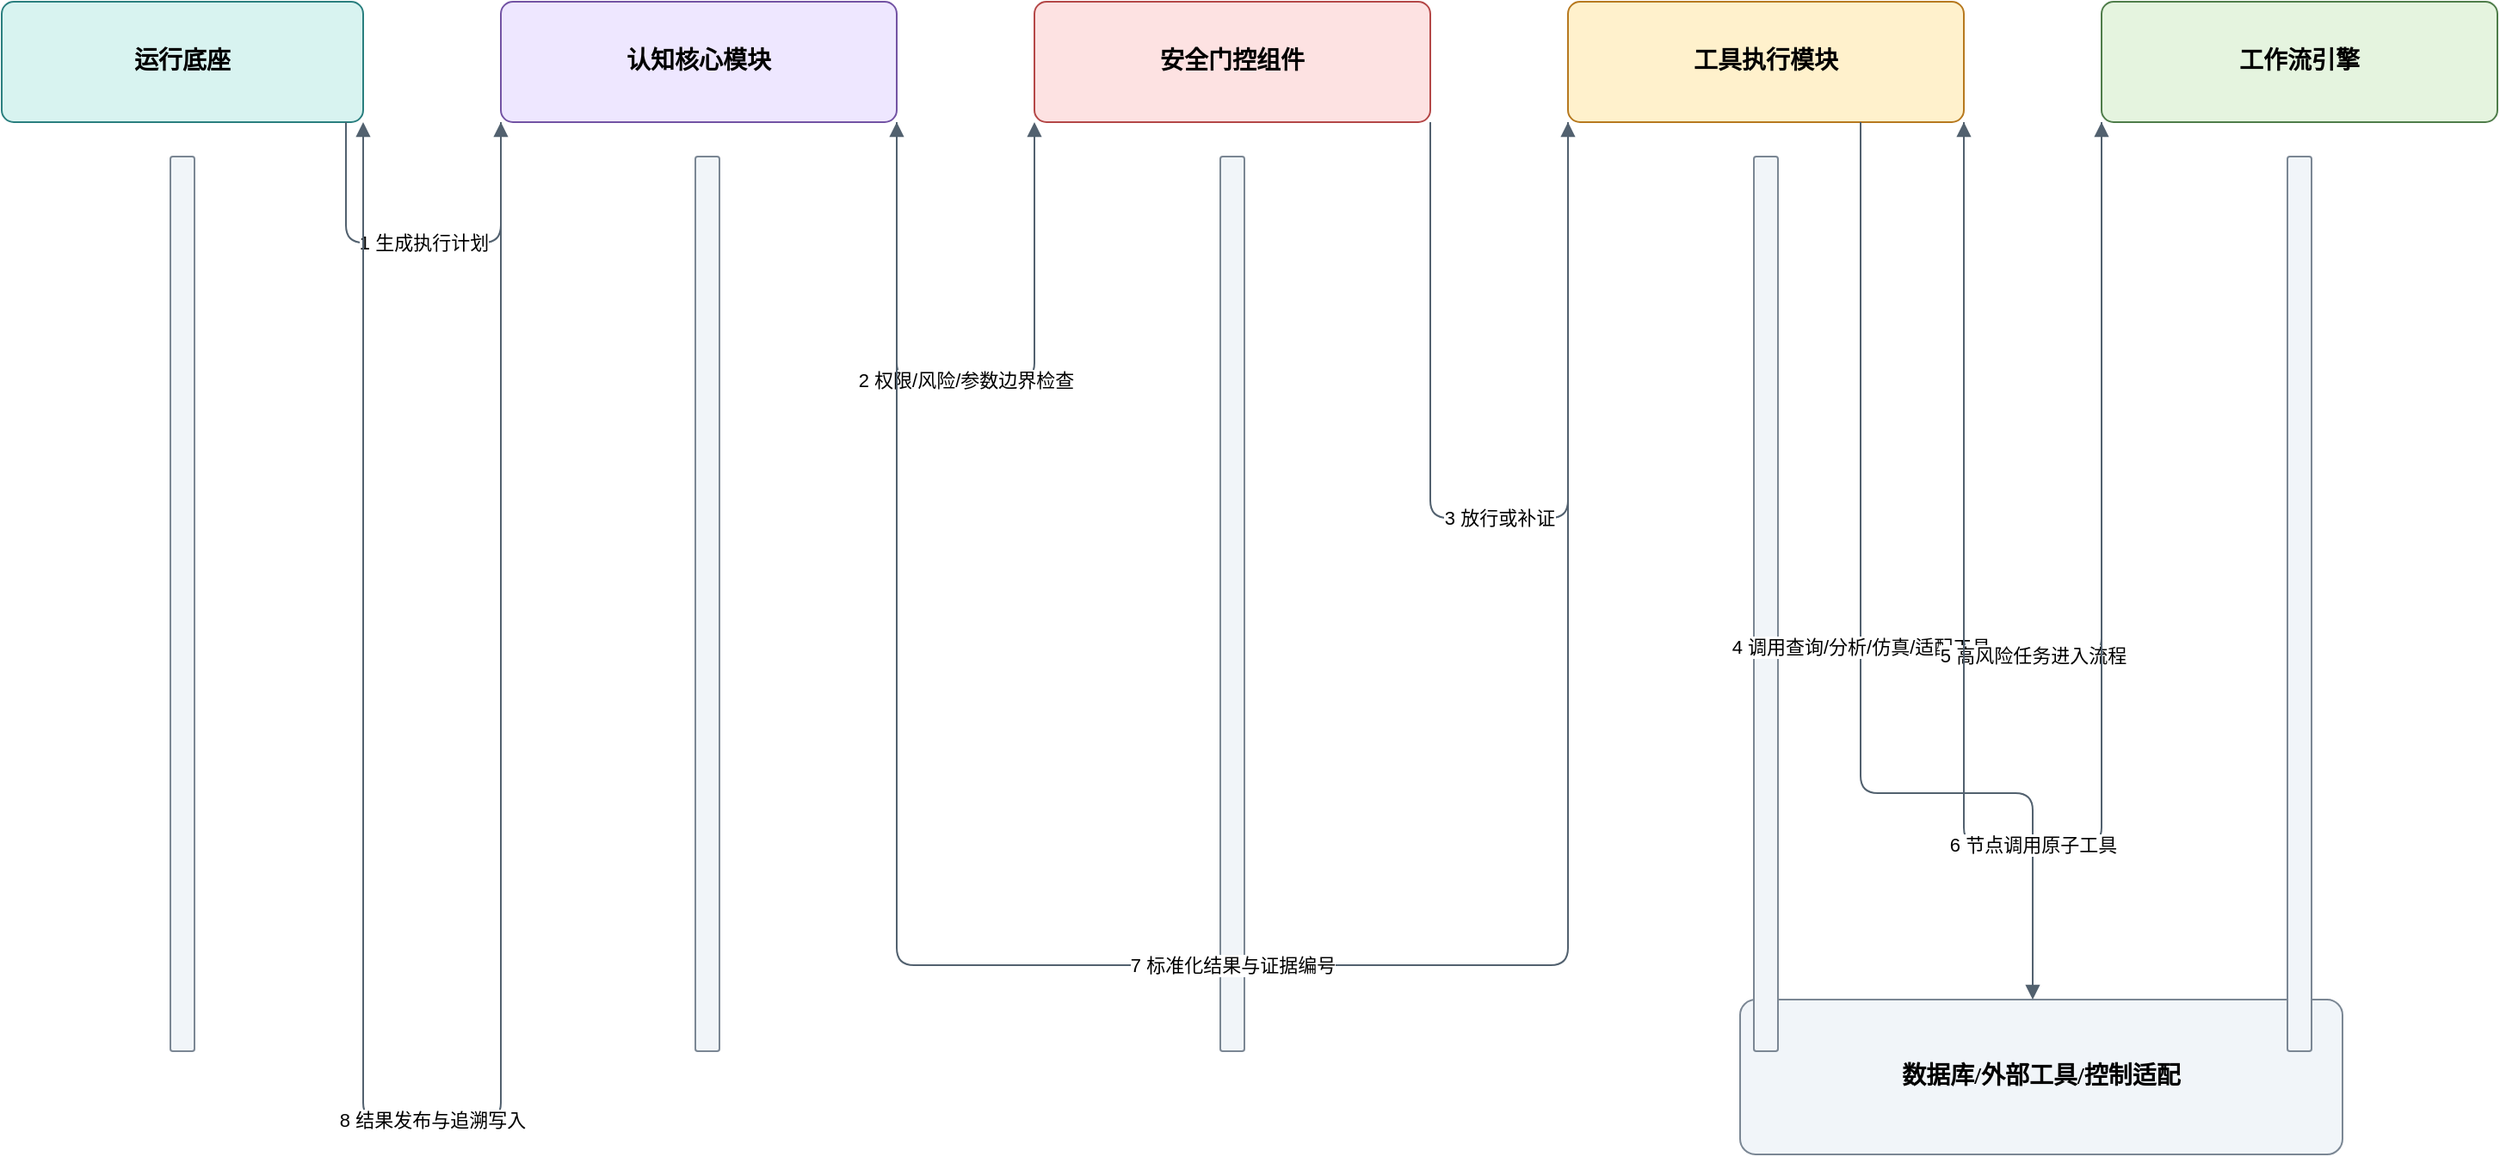
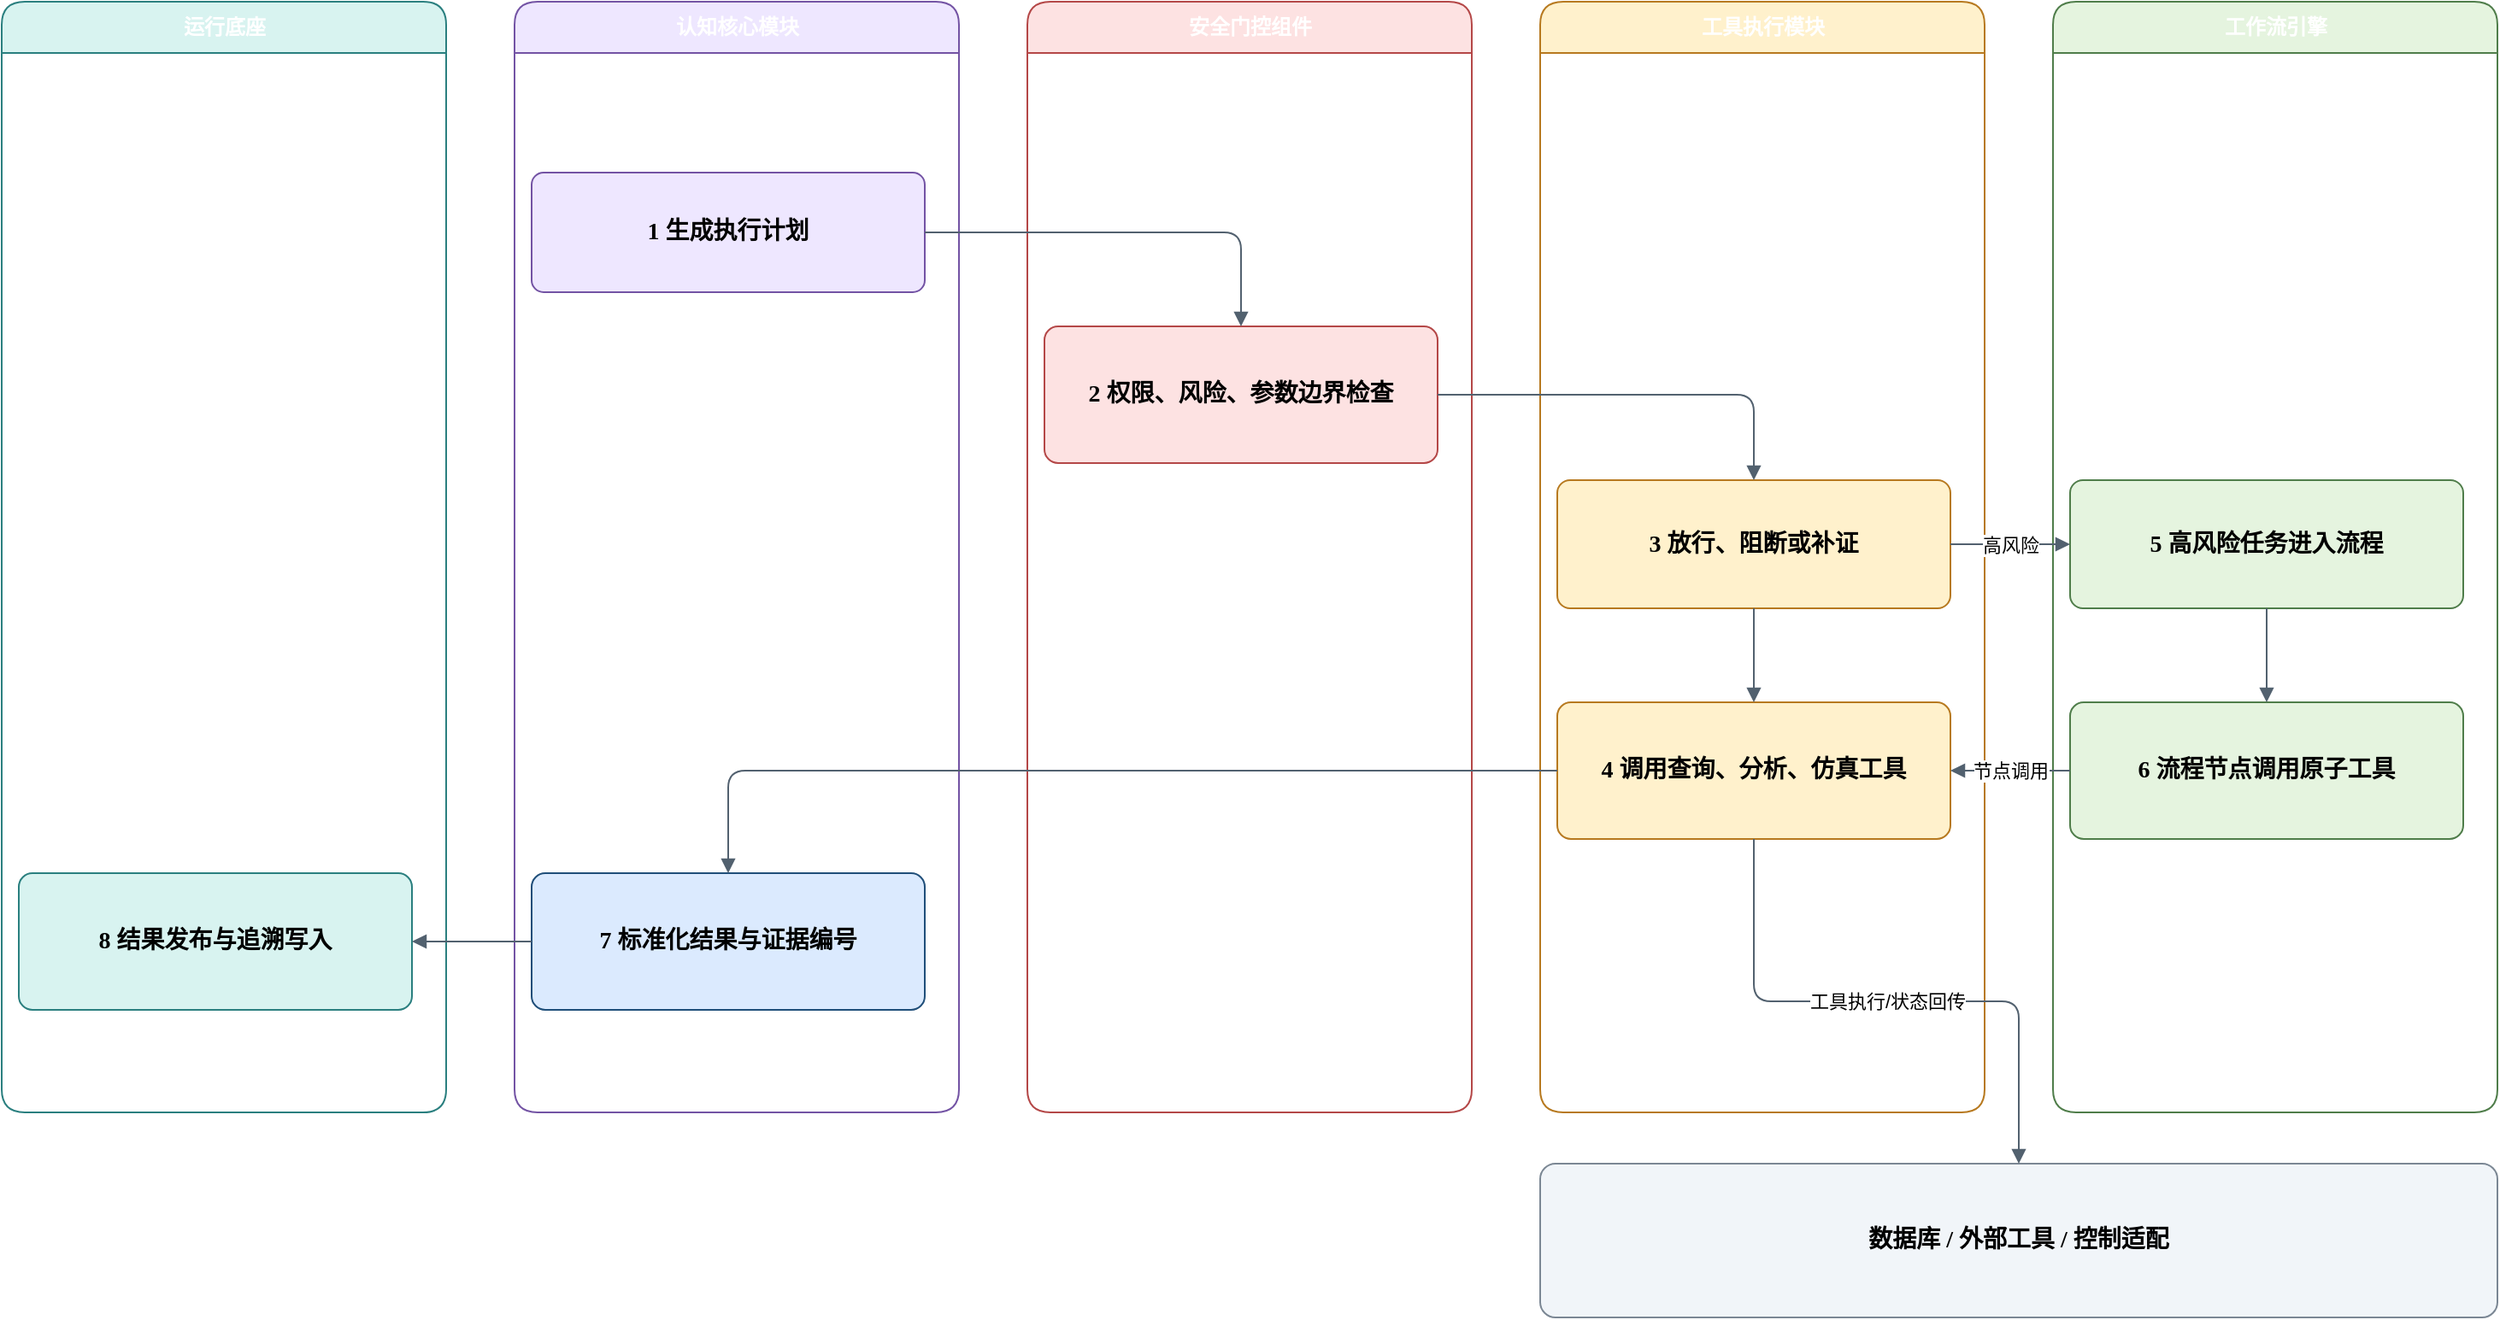
<?xml version="1.0" encoding="UTF-8"?>
<mxfile host="drawio" version="26.0.0">
  <diagram name="图4.3.3.2-6 工具执行模块时序图">
    <mxGraphModel dx="1600" dy="900" grid="1" gridSize="10" guides="1" tooltips="1" connect="1" arrows="1" fold="1" page="1" pageScale="1" pageWidth="1750" pageHeight="980" math="0" shadow="0">
      <root>
        <mxCell id="0" />
        <mxCell id="1" parent="0" />
-         <mxCell id="s1" value="运行底座" style="rounded=1;arcSize=10;whiteSpace=wrap;html=1;fontFamily=Noto Sans SC;fontSize=14;fillColor=#d8f3f0;strokeColor=#2a7f7f;fontStyle=1;" vertex="1" parent="1"><mxGeometry x="100" y="140" width="210" height="70" as="geometry" /></mxCell>
-         <mxCell id="s2" value="认知核心模块" style="rounded=1;arcSize=10;whiteSpace=wrap;html=1;fontFamily=Noto Sans SC;fontSize=14;fillColor=#eee7ff;strokeColor=#7353a4;fontStyle=1;" vertex="1" parent="1"><mxGeometry x="390" y="140" width="230" height="70" as="geometry" /></mxCell>
-         <mxCell id="s3" value="安全门控组件" style="rounded=1;arcSize=10;whiteSpace=wrap;html=1;fontFamily=Noto Sans SC;fontSize=14;fillColor=#fde2e2;strokeColor=#b44747;fontStyle=1;" vertex="1" parent="1"><mxGeometry x="700" y="140" width="230" height="70" as="geometry" /></mxCell>
-         <mxCell id="s4" value="工具执行模块" style="rounded=1;arcSize=10;whiteSpace=wrap;html=1;fontFamily=Noto Sans SC;fontSize=14;fillColor=#fff1cc;strokeColor=#b7791f;fontStyle=1;" vertex="1" parent="1"><mxGeometry x="1010" y="140" width="230" height="70" as="geometry" /></mxCell>
-         <mxCell id="s5" value="工作流引擎" style="rounded=1;arcSize=10;whiteSpace=wrap;html=1;fontFamily=Noto Sans SC;fontSize=14;fillColor=#e5f4df;strokeColor=#4f7d4a;fontStyle=1;" vertex="1" parent="1"><mxGeometry x="1320" y="140" width="230" height="70" as="geometry" /></mxCell>
-         <mxCell id="s6" value="数据库/外部工具/控制适配" style="rounded=1;arcSize=10;whiteSpace=wrap;html=1;fontFamily=Noto Sans SC;fontSize=14;fillColor=#f1f5f9;strokeColor=#7b8794;fontStyle=1;" vertex="1" parent="1"><mxGeometry x="1110" y="720" width="350" height="90" as="geometry" /></mxCell>
-         <mxCell id="l1" value="" style="rounded=1;arcSize=10;whiteSpace=wrap;html=1;fontFamily=Noto Sans SC;fontSize=14;fillColor=#f1f5f9;strokeColor=#7b8794;fontStyle=0;" vertex="1" parent="1"><mxGeometry x="198" y="230" width="14" height="520" as="geometry" /></mxCell>
-         <mxCell id="l2" value="" style="rounded=1;arcSize=10;whiteSpace=wrap;html=1;fontFamily=Noto Sans SC;fontSize=14;fillColor=#f1f5f9;strokeColor=#7b8794;fontStyle=0;" vertex="1" parent="1"><mxGeometry x="503" y="230" width="14" height="520" as="geometry" /></mxCell>
-         <mxCell id="l3" value="" style="rounded=1;arcSize=10;whiteSpace=wrap;html=1;fontFamily=Noto Sans SC;fontSize=14;fillColor=#f1f5f9;strokeColor=#7b8794;fontStyle=0;" vertex="1" parent="1"><mxGeometry x="808" y="230" width="14" height="520" as="geometry" /></mxCell>
-         <mxCell id="l4" value="" style="rounded=1;arcSize=10;whiteSpace=wrap;html=1;fontFamily=Noto Sans SC;fontSize=14;fillColor=#f1f5f9;strokeColor=#7b8794;fontStyle=0;" vertex="1" parent="1"><mxGeometry x="1118" y="230" width="14" height="520" as="geometry" /></mxCell>
-         <mxCell id="l5" value="" style="rounded=1;arcSize=10;whiteSpace=wrap;html=1;fontFamily=Noto Sans SC;fontSize=14;fillColor=#f1f5f9;strokeColor=#7b8794;fontStyle=0;" vertex="1" parent="1"><mxGeometry x="1428" y="230" width="14" height="520" as="geometry" /></mxCell>
-         <mxCell id="1000" value="1 生成执行计划" style="edgeStyle=orthogonalEdgeStyle;rounded=1;orthogonalLoop=1;jettySize=auto;html=1;strokeColor=#52616f;endArrow=block;" edge="1" parent="1" source="s1" target="s2"><mxGeometry relative="1" as="geometry"><Array as="points"><mxPoint x="300" y="280" /><mxPoint x="390" y="280" /></Array></mxGeometry></mxCell>
-         <mxCell id="1001" value="2 权限/风险/参数边界检查" style="edgeStyle=orthogonalEdgeStyle;rounded=1;orthogonalLoop=1;jettySize=auto;html=1;strokeColor=#52616f;endArrow=block;" edge="1" parent="1" source="s2" target="s3"><mxGeometry relative="1" as="geometry"><Array as="points"><mxPoint x="620" y="360" /><mxPoint x="700" y="360" /></Array></mxGeometry></mxCell>
-         <mxCell id="1002" value="3 放行或补证" style="edgeStyle=orthogonalEdgeStyle;rounded=1;orthogonalLoop=1;jettySize=auto;html=1;strokeColor=#52616f;endArrow=block;" edge="1" parent="1" source="s3" target="s4"><mxGeometry relative="1" as="geometry"><Array as="points"><mxPoint x="930" y="440" /><mxPoint x="1010" y="440" /></Array></mxGeometry></mxCell>
-         <mxCell id="1003" value="4 调用查询/分析/仿真/适配工具" style="edgeStyle=orthogonalEdgeStyle;rounded=1;orthogonalLoop=1;jettySize=auto;html=1;strokeColor=#52616f;endArrow=block;" edge="1" parent="1" source="s4" target="s6"><mxGeometry relative="1" as="geometry"><Array as="points"><mxPoint x="1180" y="600" /><mxPoint x="1280" y="720" /></Array></mxGeometry></mxCell>
-         <mxCell id="1004" value="5 高风险任务进入流程" style="edgeStyle=orthogonalEdgeStyle;rounded=1;orthogonalLoop=1;jettySize=auto;html=1;strokeColor=#52616f;endArrow=block;" edge="1" parent="1" source="s4" target="s5"><mxGeometry relative="1" as="geometry"><Array as="points"><mxPoint x="1240" y="520" /><mxPoint x="1320" y="520" /></Array></mxGeometry></mxCell>
-         <mxCell id="1005" value="6 节点调用原子工具" style="edgeStyle=orthogonalEdgeStyle;rounded=1;orthogonalLoop=1;jettySize=auto;html=1;strokeColor=#52616f;endArrow=block;" edge="1" parent="1" source="s5" target="s4"><mxGeometry relative="1" as="geometry"><Array as="points"><mxPoint x="1320" y="630" /><mxPoint x="1240" y="630" /></Array></mxGeometry></mxCell>
-         <mxCell id="1006" value="7 标准化结果与证据编号" style="edgeStyle=orthogonalEdgeStyle;rounded=1;orthogonalLoop=1;jettySize=auto;html=1;strokeColor=#52616f;endArrow=block;" edge="1" parent="1" source="s4" target="s2"><mxGeometry relative="1" as="geometry"><Array as="points"><mxPoint x="1010" y="700" /><mxPoint x="620" y="700" /></Array></mxGeometry></mxCell>
-         <mxCell id="1007" value="8 结果发布与追溯写入" style="edgeStyle=orthogonalEdgeStyle;rounded=1;orthogonalLoop=1;jettySize=auto;html=1;strokeColor=#52616f;endArrow=block;" edge="1" parent="1" source="s2" target="s1"><mxGeometry relative="1" as="geometry"><Array as="points"><mxPoint x="390" y="790" /><mxPoint x="310" y="790" /></Array></mxGeometry></mxCell>
+         <mxCell id="s1" value="运行底座" style="swimlane;startSize=30;rounded=1;html=1;fillColor=#d8f3f0;strokeColor=#2a7f7f;fontColor=#ffffff;fontStyle=1;" vertex="1" parent="1"><mxGeometry x="80" y="150" width="260" height="650" as="geometry" /></mxCell>
+         <mxCell id="s2" value="认知核心模块" style="swimlane;startSize=30;rounded=1;html=1;fillColor=#eee7ff;strokeColor=#7353a4;fontColor=#ffffff;fontStyle=1;" vertex="1" parent="1"><mxGeometry x="380" y="150" width="260" height="650" as="geometry" /></mxCell>
+         <mxCell id="s3" value="安全门控组件" style="swimlane;startSize=30;rounded=1;html=1;fillColor=#fde2e2;strokeColor=#b44747;fontColor=#ffffff;fontStyle=1;" vertex="1" parent="1"><mxGeometry x="680" y="150" width="260" height="650" as="geometry" /></mxCell>
+         <mxCell id="s4" value="工具执行模块" style="swimlane;startSize=30;rounded=1;html=1;fillColor=#fff1cc;strokeColor=#b7791f;fontColor=#ffffff;fontStyle=1;" vertex="1" parent="1"><mxGeometry x="980" y="150" width="260" height="650" as="geometry" /></mxCell>
+         <mxCell id="s5" value="工作流引擎" style="swimlane;startSize=30;rounded=1;html=1;fillColor=#e5f4df;strokeColor=#4f7d4a;fontColor=#ffffff;fontStyle=1;" vertex="1" parent="1"><mxGeometry x="1280" y="150" width="260" height="650" as="geometry" /></mxCell>
+         <mxCell id="s6" value="数据库 / 外部工具 / 控制适配" style="rounded=1;arcSize=10;whiteSpace=wrap;html=1;fontFamily=Noto Sans SC;fontSize=14;fillColor=#f1f5f9;strokeColor=#7b8794;fontStyle=1;" vertex="1" parent="1"><mxGeometry x="980" y="830" width="560" height="90" as="geometry" /></mxCell>
+         <mxCell id="t1" value="1 生成执行计划" style="rounded=1;arcSize=10;whiteSpace=wrap;html=1;fontFamily=Noto Sans SC;fontSize=14;fillColor=#eee7ff;strokeColor=#7353a4;fontStyle=1;" vertex="1" parent="1"><mxGeometry x="390" y="250" width="230" height="70" as="geometry" /></mxCell>
+         <mxCell id="t2" value="2 权限、风险、参数边界检查" style="rounded=1;arcSize=10;whiteSpace=wrap;html=1;fontFamily=Noto Sans SC;fontSize=14;fillColor=#fde2e2;strokeColor=#b44747;fontStyle=1;" vertex="1" parent="1"><mxGeometry x="690" y="340" width="230" height="80" as="geometry" /></mxCell>
+         <mxCell id="t3" value="3 放行、阻断或补证" style="rounded=1;arcSize=10;whiteSpace=wrap;html=1;fontFamily=Noto Sans SC;fontSize=14;fillColor=#fff1cc;strokeColor=#b7791f;fontStyle=1;" vertex="1" parent="1"><mxGeometry x="990" y="430" width="230" height="75" as="geometry" /></mxCell>
+         <mxCell id="t4" value="4 调用查询、分析、仿真工具" style="rounded=1;arcSize=10;whiteSpace=wrap;html=1;fontFamily=Noto Sans SC;fontSize=14;fillColor=#fff1cc;strokeColor=#b7791f;fontStyle=1;" vertex="1" parent="1"><mxGeometry x="990" y="560" width="230" height="80" as="geometry" /></mxCell>
+         <mxCell id="t5" value="5 高风险任务进入流程" style="rounded=1;arcSize=10;whiteSpace=wrap;html=1;fontFamily=Noto Sans SC;fontSize=14;fillColor=#e5f4df;strokeColor=#4f7d4a;fontStyle=1;" vertex="1" parent="1"><mxGeometry x="1290" y="430" width="230" height="75" as="geometry" /></mxCell>
+         <mxCell id="t6" value="6 流程节点调用原子工具" style="rounded=1;arcSize=10;whiteSpace=wrap;html=1;fontFamily=Noto Sans SC;fontSize=14;fillColor=#e5f4df;strokeColor=#4f7d4a;fontStyle=1;" vertex="1" parent="1"><mxGeometry x="1290" y="560" width="230" height="80" as="geometry" /></mxCell>
+         <mxCell id="t7" value="7 标准化结果与证据编号" style="rounded=1;arcSize=10;whiteSpace=wrap;html=1;fontFamily=Noto Sans SC;fontSize=14;fillColor=#dbeafe;strokeColor=#1f4e79;fontStyle=1;" vertex="1" parent="1"><mxGeometry x="390" y="660" width="230" height="80" as="geometry" /></mxCell>
+         <mxCell id="t8" value="8 结果发布与追溯写入" style="rounded=1;arcSize=10;whiteSpace=wrap;html=1;fontFamily=Noto Sans SC;fontSize=14;fillColor=#d8f3f0;strokeColor=#2a7f7f;fontStyle=1;" vertex="1" parent="1"><mxGeometry x="90" y="660" width="230" height="80" as="geometry" /></mxCell>
+         <mxCell id="1000" value="" style="edgeStyle=orthogonalEdgeStyle;rounded=1;orthogonalLoop=1;jettySize=auto;html=1;strokeColor=#52616f;endArrow=block;" edge="1" parent="1" source="t1" target="t2"><mxGeometry relative="1" as="geometry" /></mxCell>
+         <mxCell id="1001" value="" style="edgeStyle=orthogonalEdgeStyle;rounded=1;orthogonalLoop=1;jettySize=auto;html=1;strokeColor=#52616f;endArrow=block;" edge="1" parent="1" source="t2" target="t3"><mxGeometry relative="1" as="geometry" /></mxCell>
+         <mxCell id="1002" value="" style="edgeStyle=orthogonalEdgeStyle;rounded=1;orthogonalLoop=1;jettySize=auto;html=1;strokeColor=#52616f;endArrow=block;" edge="1" parent="1" source="t3" target="t4"><mxGeometry relative="1" as="geometry" /></mxCell>
+         <mxCell id="1003" value="高风险" style="edgeStyle=orthogonalEdgeStyle;rounded=1;orthogonalLoop=1;jettySize=auto;html=1;strokeColor=#52616f;endArrow=block;" edge="1" parent="1" source="t3" target="t5"><mxGeometry relative="1" as="geometry" /></mxCell>
+         <mxCell id="1004" value="" style="edgeStyle=orthogonalEdgeStyle;rounded=1;orthogonalLoop=1;jettySize=auto;html=1;strokeColor=#52616f;endArrow=block;" edge="1" parent="1" source="t5" target="t6"><mxGeometry relative="1" as="geometry" /></mxCell>
+         <mxCell id="1005" value="节点调用" style="edgeStyle=orthogonalEdgeStyle;rounded=1;orthogonalLoop=1;jettySize=auto;html=1;strokeColor=#52616f;endArrow=block;" edge="1" parent="1" source="t6" target="t4"><mxGeometry relative="1" as="geometry" /></mxCell>
+         <mxCell id="1006" value="工具执行/状态回传" style="edgeStyle=orthogonalEdgeStyle;rounded=1;orthogonalLoop=1;jettySize=auto;html=1;strokeColor=#52616f;endArrow=block;" edge="1" parent="1" source="t4" target="s6"><mxGeometry relative="1" as="geometry" /></mxCell>
+         <mxCell id="1007" value="" style="edgeStyle=orthogonalEdgeStyle;rounded=1;orthogonalLoop=1;jettySize=auto;html=1;strokeColor=#52616f;endArrow=block;" edge="1" parent="1" source="t4" target="t7"><mxGeometry relative="1" as="geometry" /></mxCell>
+         <mxCell id="1008" value="" style="edgeStyle=orthogonalEdgeStyle;rounded=1;orthogonalLoop=1;jettySize=auto;html=1;strokeColor=#52616f;endArrow=block;" edge="1" parent="1" source="t7" target="t8"><mxGeometry relative="1" as="geometry" /></mxCell>
      </root>
    </mxGraphModel>
  </diagram>
</mxfile>
